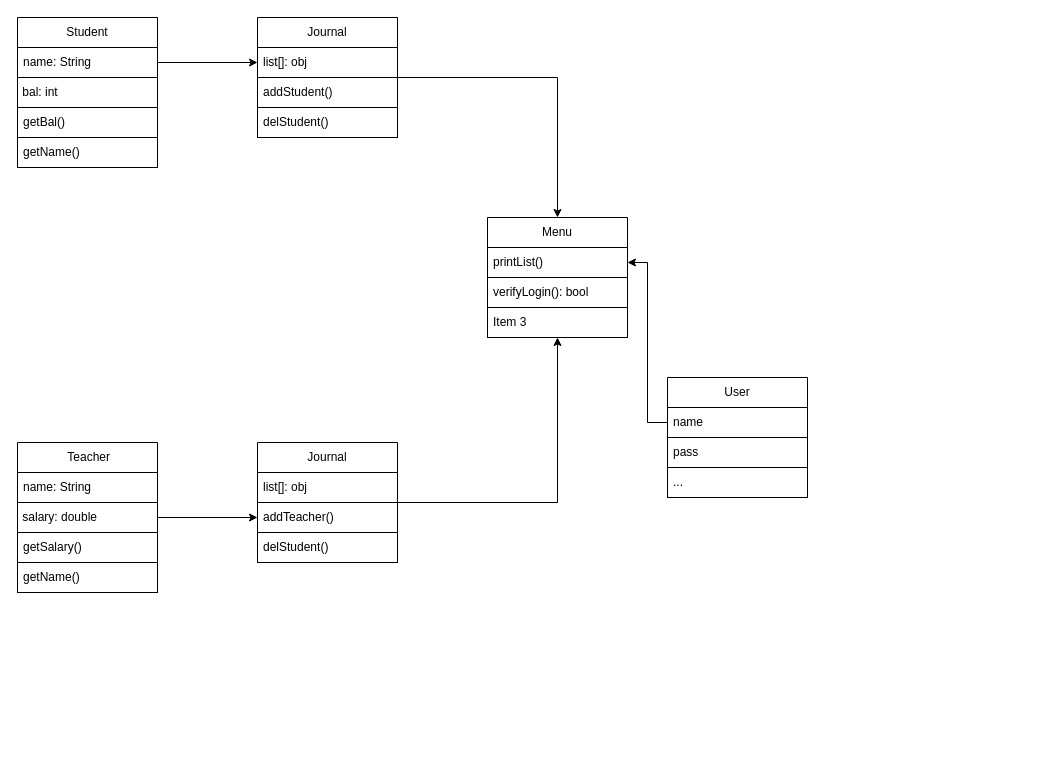
This is UML.drawio from worichka21q31/Testirovania, a draw.io file, before an edit. Source tidied: cells renumbered, new cells numbered last; positions are measured from the earlier drawing's top-left corner, leaving out a move shared by most shapes. Both pictures are drawn from the tidied source at 100%, with x=0, y=0 at pixel (17, 17).
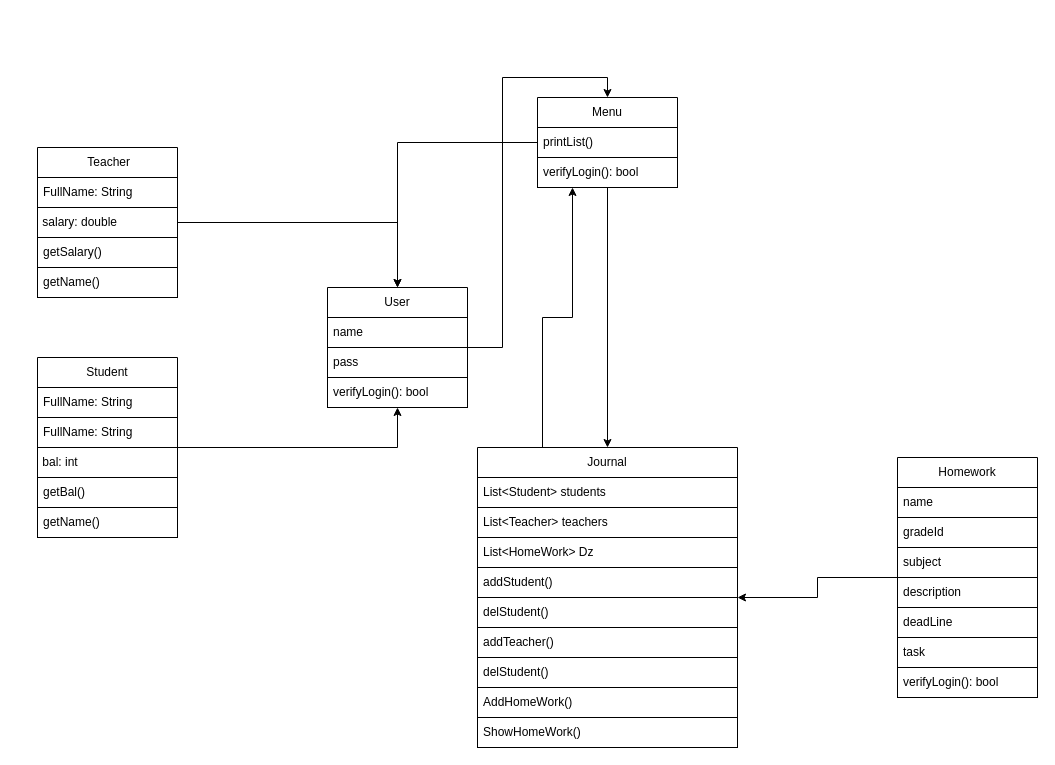
After the change.

Unchanged cells that the change refers to:
```xml
<mxCell id="14" value="printList()" style="text;strokeColor=default;fillColor=default;align=left;verticalAlign=middle;spacingLeft=4;spacingRight=4;overflow=hidden;points=[[0,0.5],[1,0.5]];portConstraint=eastwest;whiteSpace=wrap;html=1;" parent="13" vertex="1">
  <mxGeometry y="30" width="140" height="30" as="geometry" />
</mxCell>
<mxCell id="19" value="&lt;span style=&quot;&quot;&gt;&amp;nbsp;salary: double&lt;/span&gt;" style="text;html=1;whiteSpace=wrap;strokeColor=default;fillColor=default;align=left;verticalAlign=middle;rounded=0;" parent="17" vertex="1">
  <mxGeometry y="60" width="140" height="30" as="geometry" />
</mxCell>
<mxCell id="29" value="name" style="text;strokeColor=default;fillColor=default;align=left;verticalAlign=middle;spacingLeft=4;spacingRight=4;overflow=hidden;points=[[0,0.5],[1,0.5]];portConstraint=eastwest;whiteSpace=wrap;html=1;" parent="28" vertex="1">
  <mxGeometry y="30" width="140" height="30" as="geometry" />
</mxCell>
```

Diff of the diagram source:
```diff
@@
+    <mxCell id="33" style="edgeStyle=orthogonalEdgeStyle;rounded=0;jettySize=auto;html=1;entryX=0.5;entryY=1;entryDx=0;entryDy=0;" parent="1" edge="1" source="2" target="28">
+      <mxGeometry relative="1" as="geometry" />
+    </mxCell>
     <mxCell id="2" value="Student" style="swimlane;fontStyle=0;horizontal=1;startSize=30;whiteSpace=wrap;html=1;" parent="1" vertex="1">
-      <mxGeometry width="140" height="150" as="geometry" />
+      <mxGeometry x="20" y="340" width="140" height="180" as="geometry" />
     </mxCell>
-    <mxCell id="3" value="name: String" style="text;strokeColor=default;fillColor=default;align=left;verticalAlign=middle;spacingLeft=4;spacingRight=4;overflow=hidden;points=[[0,0.5],[1,0.5]];portConstraint=eastwest;whiteSpace=wrap;html=1;" parent="2" vertex="1">
+    <mxCell id="3" value="FullName: String" style="text;strokeColor=default;fillColor=default;align=left;verticalAlign=middle;spacingLeft=4;spacingRight=4;overflow=hidden;points=[[0,0.5],[1,0.5]];portConstraint=eastwest;whiteSpace=wrap;html=1;" parent="2" vertex="1">
       <mxGeometry y="30" width="140" height="30" as="geometry" />
     </mxCell>
+    <mxCell id="34" value="FullName: String" style="text;strokeColor=default;fillColor=default;align=left;verticalAlign=middle;spacingLeft=4;spacingRight=4;overflow=hidden;whiteSpace=wrap;html=1;" parent="2" vertex="1">
+      <mxGeometry y="60" width="140" height="30" as="geometry" />
+    </mxCell>
     <mxCell id="4" value="&lt;span style=&quot;&quot;&gt;&amp;nbsp;bal: int&lt;/span&gt;" style="text;html=1;whiteSpace=wrap;strokeColor=default;fillColor=default;align=left;verticalAlign=middle;rounded=0;" parent="2" vertex="1">
-      <mxGeometry y="60" width="140" height="30" as="geometry" />
+      <mxGeometry y="90" width="140" height="30" as="geometry" />
     </mxCell>
     <mxCell id="5" value="getBal()" style="text;strokeColor=default;fillColor=default;align=left;verticalAlign=middle;spacingLeft=4;spacingRight=4;overflow=hidden;whiteSpace=wrap;html=1;" parent="2" vertex="1">
-      <mxGeometry y="90" width="140" height="30" as="geometry" />
+      <mxGeometry y="120" width="140" height="30" as="geometry" />
     </mxCell>
     <mxCell id="6" value="getName()" style="text;strokeColor=default;fillColor=default;align=left;verticalAlign=middle;spacingLeft=4;spacingRight=4;overflow=hidden;whiteSpace=wrap;html=1;" parent="2" vertex="1">
-      <mxGeometry y="120" width="140" height="30" as="geometry" />
+      <mxGeometry y="150" width="140" height="30" as="geometry" />
     </mxCell>
-    <mxCell id="7" style="edgeStyle=orthogonalEdgeStyle;rounded=0;jettySize=auto;html=1;entryX=0.5;entryY=0;entryDx=0;entryDy=0;" parent="1" edge="1" source="8" target="13">
+    <mxCell id="7" style="edgeStyle=orthogonalEdgeStyle;rounded=0;jettySize=auto;html=1;exitX=0.25;exitY=0;exitDx=0;exitDy=0;entryX=0.25;entryY=1;entryDx=0;entryDy=0;" parent="1" edge="1" source="8" target="13">
       <mxGeometry relative="1" as="geometry" />
     </mxCell>
     <mxCell id="8" value="Journal" style="swimlane;fontStyle=0;horizontal=1;startSize=30;whiteSpace=wrap;html=1;" parent="1" vertex="1">
-      <mxGeometry x="240" width="140" height="120" as="geometry" />
+      <mxGeometry x="460" y="430" width="260" height="300" as="geometry" />
     </mxCell>
-    <mxCell id="9" value="list[]: obj" style="text;align=left;verticalAlign=middle;spacingLeft=4;spacingRight=4;overflow=hidden;points=[[0,0.5],[1,0.5]];portConstraint=eastwest;whiteSpace=wrap;html=1;fillColor=default;strokeColor=default;" parent="8" vertex="1">
-      <mxGeometry y="30" width="140" height="30" as="geometry" />
+    <mxCell id="9" value="List&amp;lt;Student&amp;gt; students" style="text;align=left;verticalAlign=middle;spacingLeft=4;spacingRight=4;overflow=hidden;points=[[0,0.5],[1,0.5]];portConstraint=eastwest;whiteSpace=wrap;html=1;fillColor=default;strokeColor=default;" parent="8" vertex="1">
+      <mxGeometry y="30" width="260" height="30" as="geometry" />
     </mxCell>
+    <mxCell id="35" value="List&amp;lt;Teacher&amp;gt; teachers" style="text;align=left;verticalAlign=middle;spacingLeft=4;spacingRight=4;overflow=hidden;whiteSpace=wrap;html=1;fillColor=default;strokeColor=default;" parent="8" vertex="1">
+      <mxGeometry y="60" width="260" height="30" as="geometry" />
+    </mxCell>
+    <mxCell id="36" value="List&amp;lt;HomeWork&amp;gt; Dz" style="text;align=left;verticalAlign=middle;spacingLeft=4;spacingRight=4;overflow=hidden;whiteSpace=wrap;html=1;fillColor=default;strokeColor=default;" parent="8" vertex="1">
+      <mxGeometry y="90" width="260" height="30" as="geometry" />
+    </mxCell>
     <mxCell id="10" value="addStudent()" style="text;strokeColor=default;fillColor=default;align=left;verticalAlign=middle;spacingLeft=4;spacingRight=4;overflow=hidden;whiteSpace=wrap;html=1;gradientColor=none;rounded=0;glass=0;shadow=0;strokeWidth=1;" parent="8" vertex="1">
-      <mxGeometry y="60" width="140" height="30" as="geometry" />
+      <mxGeometry y="120" width="260" height="30" as="geometry" />
     </mxCell>
     <mxCell id="11" value="delStudent()" style="text;align=left;verticalAlign=middle;spacingLeft=4;spacingRight=4;overflow=hidden;whiteSpace=wrap;html=1;fillColor=default;strokeColor=default;" parent="8" vertex="1">
-      <mxGeometry y="90" width="140" height="30" as="geometry" />
+      <mxGeometry y="150" width="260" height="30" as="geometry" />
     </mxCell>
-    <mxCell id="12" style="edgeStyle=orthogonalEdgeStyle;rounded=0;jettySize=auto;html=1;entryX=0;entryY=0.5;entryDx=0;entryDy=0;" parent="1" edge="1" source="3" target="9">
-      <mxGeometry relative="1" as="geometry" />
-    </mxCell>
+    <mxCell id="25" value="addTeacher()" style="text;strokeColor=default;fillColor=default;align=left;verticalAlign=middle;spacingLeft=4;spacingRight=4;overflow=hidden;points=[[0,0.5],[1,0.5]];portConstraint=eastwest;whiteSpace=wrap;html=1;gradientColor=none;rounded=0;glass=0;shadow=0;strokeWidth=1;" parent="8" vertex="1">
+      <mxGeometry y="180" width="260" height="30" as="geometry" />
+    </mxCell>
+    <mxCell id="26" value="delStudent()" style="text;align=left;verticalAlign=middle;spacingLeft=4;spacingRight=4;overflow=hidden;whiteSpace=wrap;html=1;fillColor=default;strokeColor=default;" parent="8" vertex="1">
+      <mxGeometry y="210" width="260" height="30" as="geometry" />
+    </mxCell>
+    <mxCell id="37" value="AddHomeWork()" style="text;strokeColor=default;fillColor=default;align=left;verticalAlign=middle;spacingLeft=4;spacingRight=4;overflow=hidden;whiteSpace=wrap;html=1;" parent="8" vertex="1">
+      <mxGeometry y="240" width="260" height="30" as="geometry" />
+    </mxCell>
+    <mxCell id="16" value="ShowHomeWork()" style="text;strokeColor=default;fillColor=default;align=left;verticalAlign=middle;spacingLeft=4;spacingRight=4;overflow=hidden;whiteSpace=wrap;html=1;" parent="8" vertex="1">
+      <mxGeometry y="270" width="260" height="30" as="geometry" />
+    </mxCell>
+    <mxCell id="38" style="edgeStyle=orthogonalEdgeStyle;rounded=0;jettySize=auto;html=1;entryX=0.5;entryY=0;entryDx=0;entryDy=0;" parent="1" edge="1" source="13" target="8">
+      <mxGeometry relative="1" as="geometry" />
+    </mxCell>
+    <mxCell id="39" style="edgeStyle=orthogonalEdgeStyle;rounded=0;jettySize=auto;html=1;entryX=0.5;entryY=0;entryDx=0;entryDy=0;" parent="1" edge="1" source="13" target="28">
+      <mxGeometry relative="1" as="geometry" />
+    </mxCell>
     <mxCell id="13" value="Menu" style="swimlane;fontStyle=0;horizontal=1;startSize=30;whiteSpace=wrap;html=1;" parent="1" vertex="1">
-      <mxGeometry x="470" y="200" width="140" height="120" as="geometry" />
+      <mxGeometry x="520" y="80" width="140" height="90" as="geometry" />
     </mxCell>
@@
-    <mxCell id="16" value="Item 3" style="text;strokeColor=default;fillColor=default;align=left;verticalAlign=middle;spacingLeft=4;spacingRight=4;overflow=hidden;whiteSpace=wrap;html=1;" parent="13" vertex="1">
-      <mxGeometry y="90" width="140" height="30" as="geometry" />
-    </mxCell>
+    <mxCell id="40" style="edgeStyle=orthogonalEdgeStyle;rounded=0;jettySize=auto;html=1;entryX=0.5;entryY=0;entryDx=0;entryDy=0;" parent="1" edge="1" source="17" target="28">
+      <mxGeometry relative="1" as="geometry" />
+    </mxCell>
     <mxCell id="17" value="&amp;nbsp;Teacher" style="swimlane;fontStyle=0;horizontal=1;startSize=30;whiteSpace=wrap;html=1;" parent="1" vertex="1">
-      <mxGeometry y="425" width="140" height="150" as="geometry" />
+      <mxGeometry x="20" y="130" width="140" height="150" as="geometry" />
     </mxCell>
-    <mxCell id="18" value="name: String" style="text;strokeColor=default;fillColor=default;align=left;verticalAlign=middle;spacingLeft=4;spacingRight=4;overflow=hidden;whiteSpace=wrap;html=1;" parent="17" vertex="1">
+    <mxCell id="18" value="FullName: String" style="text;strokeColor=default;fillColor=default;align=left;verticalAlign=middle;spacingLeft=4;spacingRight=4;overflow=hidden;whiteSpace=wrap;html=1;" parent="17" vertex="1">
       <mxGeometry y="30" width="140" height="30" as="geometry" />
     </mxCell>
@@
-    <mxCell id="22" style="edgeStyle=orthogonalEdgeStyle;rounded=0;jettySize=auto;html=1;entryX=0.5;entryY=1;entryDx=0;entryDy=0;" parent="1" edge="1" source="23" target="13">
-      <mxGeometry relative="1" as="geometry" />
-    </mxCell>
-    <mxCell id="23" value="Journal" style="swimlane;fontStyle=0;horizontal=1;startSize=30;whiteSpace=wrap;html=1;" parent="1" vertex="1">
-      <mxGeometry x="240" y="425" width="140" height="120" as="geometry" />
-    </mxCell>
-    <mxCell id="24" value="list[]: obj" style="text;align=left;verticalAlign=middle;spacingLeft=4;spacingRight=4;overflow=hidden;whiteSpace=wrap;html=1;fillColor=default;strokeColor=default;" parent="23" vertex="1">
-      <mxGeometry y="30" width="140" height="30" as="geometry" />
-    </mxCell>
-    <mxCell id="25" value="addTeacher()" style="text;strokeColor=default;fillColor=default;align=left;verticalAlign=middle;spacingLeft=4;spacingRight=4;overflow=hidden;points=[[0,0.5],[1,0.5]];portConstraint=eastwest;whiteSpace=wrap;html=1;gradientColor=none;rounded=0;glass=0;shadow=0;strokeWidth=1;" parent="23" vertex="1">
-      <mxGeometry y="60" width="140" height="30" as="geometry" />
-    </mxCell>
-    <mxCell id="26" value="delStudent()" style="text;align=left;verticalAlign=middle;spacingLeft=4;spacingRight=4;overflow=hidden;whiteSpace=wrap;html=1;fillColor=default;strokeColor=default;" parent="23" vertex="1">
-      <mxGeometry y="90" width="140" height="30" as="geometry" />
-    </mxCell>
-    <mxCell id="27" style="edgeStyle=orthogonalEdgeStyle;rounded=0;jettySize=auto;html=1;entryX=0;entryY=0.5;entryDx=0;entryDy=0;" parent="1" edge="1" source="19" target="25">
-      <mxGeometry relative="1" as="geometry" />
-    </mxCell>
+    <mxCell id="41" style="edgeStyle=orthogonalEdgeStyle;rounded=0;jettySize=auto;html=1;entryX=0.5;entryY=0;entryDx=0;entryDy=0;" parent="1" edge="1" source="28" target="13">
+      <mxGeometry relative="1" as="geometry" />
+    </mxCell>
     <mxCell id="28" value="User" style="swimlane;fontStyle=0;horizontal=1;startSize=30;whiteSpace=wrap;html=1;" parent="1" vertex="1">
-      <mxGeometry x="650" y="360" width="140" height="120" as="geometry" />
+      <mxGeometry x="310" y="270" width="140" height="120" as="geometry" />
     </mxCell>
@@
-    <mxCell id="31" value="..." style="text;strokeColor=default;fillColor=default;align=left;verticalAlign=middle;spacingLeft=4;spacingRight=4;overflow=hidden;whiteSpace=wrap;html=1;" parent="28" vertex="1">
+    <mxCell id="31" value="verifyLogin(): bool" style="text;strokeColor=default;fillColor=default;align=left;verticalAlign=middle;spacingLeft=4;spacingRight=4;overflow=hidden;whiteSpace=wrap;html=1;" parent="28" vertex="1">
       <mxGeometry y="90" width="140" height="30" as="geometry" />
     </mxCell>
-    <mxCell id="32" style="edgeStyle=orthogonalEdgeStyle;rounded=0;jettySize=auto;html=1;entryX=1;entryY=0.5;entryDx=0;entryDy=0;" parent="1" edge="1" source="29" target="14">
-      <mxGeometry relative="1" as="geometry" />
-    </mxCell>
+    <mxCell id="42" style="edgeStyle=orthogonalEdgeStyle;rounded=0;jettySize=auto;html=1;" parent="1" edge="1" source="43" target="8">
+      <mxGeometry relative="1" as="geometry" />
+    </mxCell>
+    <mxCell id="43" value="Homework" style="swimlane;fontStyle=0;horizontal=1;startSize=30;whiteSpace=wrap;html=1;" parent="1" vertex="1">
+      <mxGeometry x="880" y="440" width="140" height="240" as="geometry" />
+    </mxCell>
+    <mxCell id="44" value="name" style="text;strokeColor=default;fillColor=default;align=left;verticalAlign=middle;spacingLeft=4;spacingRight=4;overflow=hidden;whiteSpace=wrap;html=1;" parent="43" vertex="1">
+      <mxGeometry y="30" width="140" height="30" as="geometry" />
+    </mxCell>
+    <mxCell id="45" value="gradeId" style="text;strokeColor=default;fillColor=default;align=left;verticalAlign=middle;spacingLeft=4;spacingRight=4;overflow=hidden;whiteSpace=wrap;html=1;" parent="43" vertex="1">
+      <mxGeometry y="60" width="140" height="30" as="geometry" />
+    </mxCell>
+    <mxCell id="46" value="subject" style="text;strokeColor=default;fillColor=default;align=left;verticalAlign=middle;spacingLeft=4;spacingRight=4;overflow=hidden;whiteSpace=wrap;html=1;" parent="43" vertex="1">
+      <mxGeometry y="90" width="140" height="30" as="geometry" />
+    </mxCell>
+    <mxCell id="47" value="description" style="text;strokeColor=default;fillColor=default;align=left;verticalAlign=middle;spacingLeft=4;spacingRight=4;overflow=hidden;whiteSpace=wrap;html=1;" parent="43" vertex="1">
+      <mxGeometry y="120" width="140" height="30" as="geometry" />
+    </mxCell>
+    <mxCell id="48" value="deadLine" style="text;strokeColor=default;fillColor=default;align=left;verticalAlign=middle;spacingLeft=4;spacingRight=4;overflow=hidden;whiteSpace=wrap;html=1;" parent="43" vertex="1">
+      <mxGeometry y="150" width="140" height="30" as="geometry" />
+    </mxCell>
+    <mxCell id="49" value="task" style="text;strokeColor=default;fillColor=default;align=left;verticalAlign=middle;spacingLeft=4;spacingRight=4;overflow=hidden;whiteSpace=wrap;html=1;" parent="43" vertex="1">
+      <mxGeometry y="180" width="140" height="30" as="geometry" />
+    </mxCell>
+    <mxCell id="50" value="verifyLogin(): bool" style="text;strokeColor=default;fillColor=default;align=left;verticalAlign=middle;spacingLeft=4;spacingRight=4;overflow=hidden;whiteSpace=wrap;html=1;" parent="43" vertex="1">
+      <mxGeometry y="210" width="140" height="30" as="geometry" />
+    </mxCell>
```
